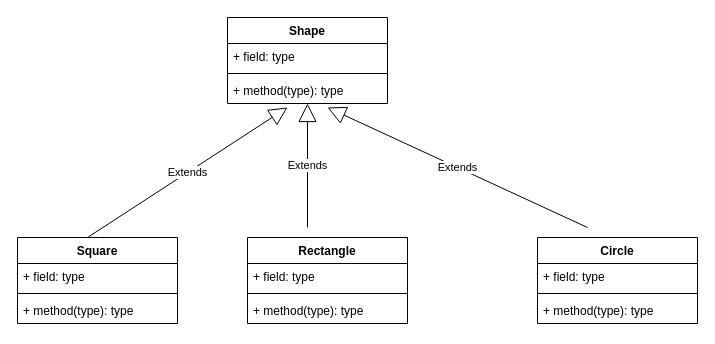
Above: page "Inheritance" (1 of 3) of UML Diagram/UML Types.drawio in prakashbtech87/aaaaaaaaaaaPrakashDrawIORepo (draw.io), before the change. Source tidied: cells renumbered, new cells numbered last; positions are measured from the earlier drawing's top-left corner, leaving out a move shared by most shapes. Both pictures are drawn from the tidied source at 100%, with x=0, y=0 at pixel (17, 17).
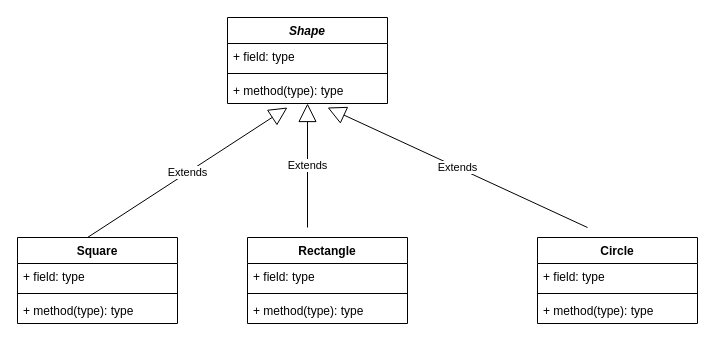
The same diagram, later.

Change to the diagram source:
```diff
@@
-    <mxCell id="2" value="Shape" style="swimlane;fontStyle=1;align=center;verticalAlign=top;horizontal=1;startSize=26;whiteSpace=wrap;html=1;" parent="1" vertex="1">
+    <mxCell id="2" value="&lt;i&gt;Shape&lt;/i&gt;" style="swimlane;fontStyle=1;align=center;verticalAlign=top;horizontal=1;startSize=26;whiteSpace=wrap;html=1;" parent="1" vertex="1">
       <mxGeometry x="210" width="160" height="86" as="geometry" />
     </mxCell>
```
